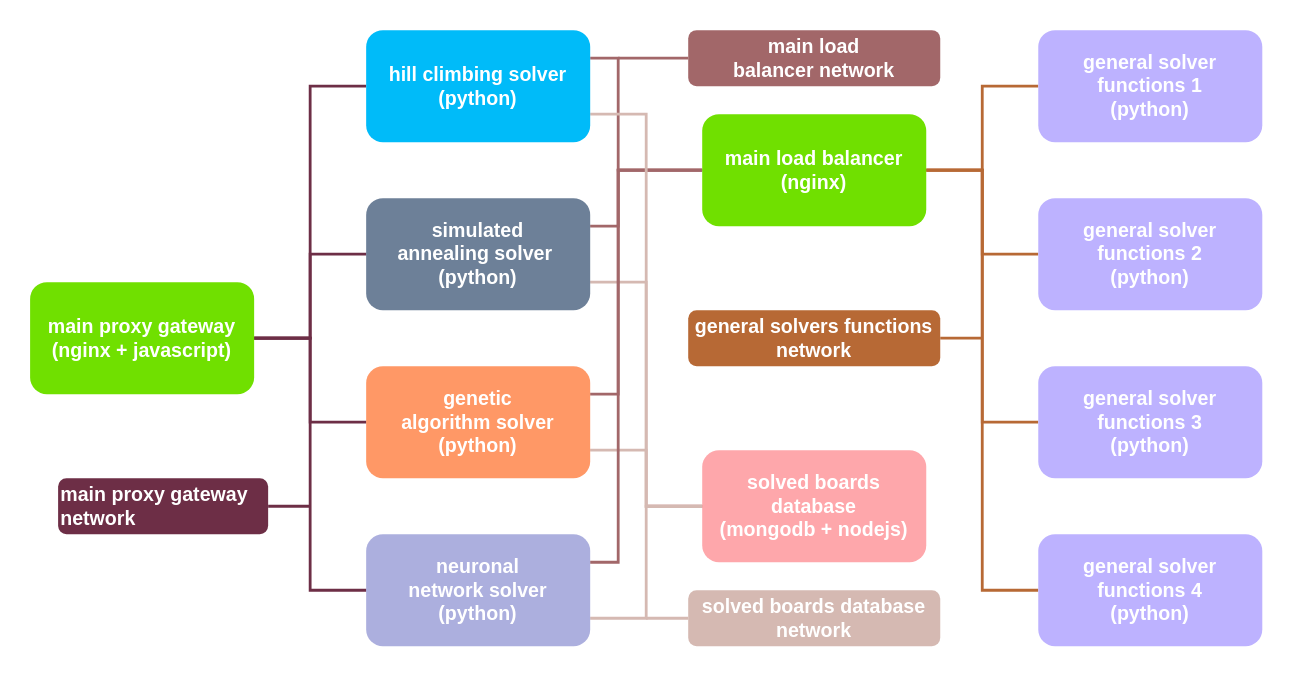
This is images/sudoku_solver.svg from joseesco24/sudoku_solver, a draw.io export, as it was before one commit. Source tidied: cells renumbered, new cells last; positions are measured from the earlier drawing's top-left corner, leaving out a move shared by most shapes.
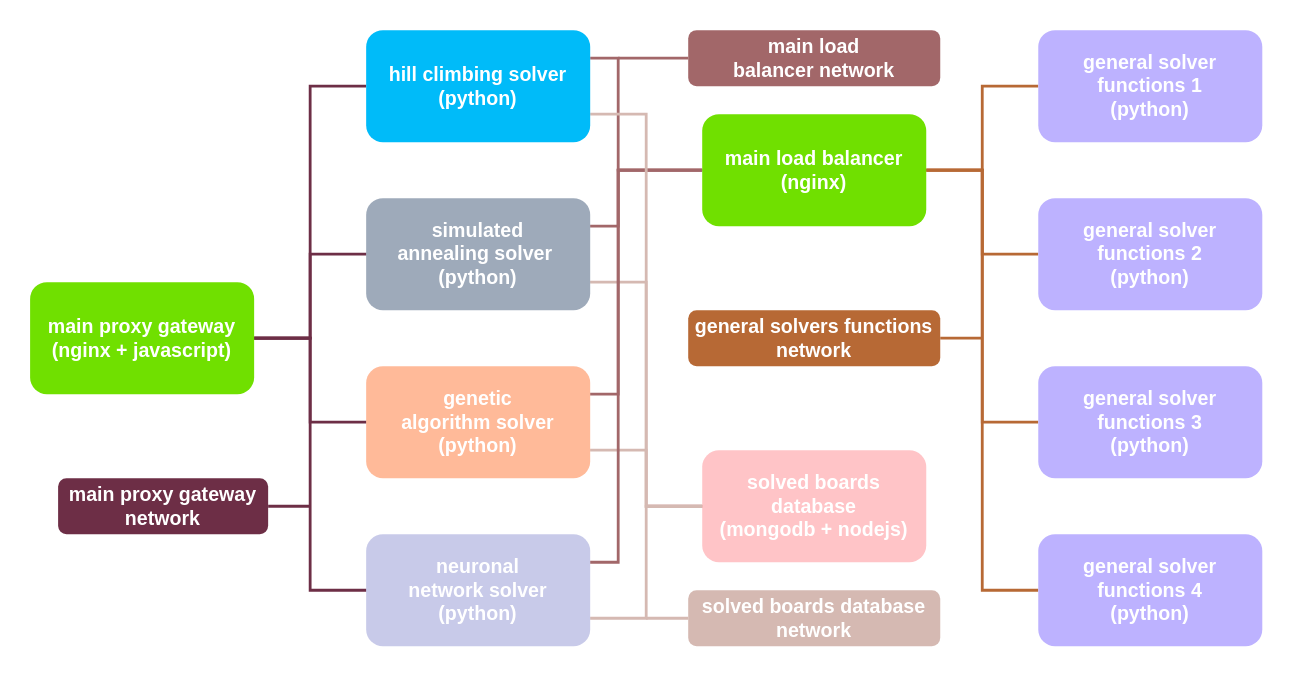
Above is the later version.

Commit message:
se hicieron correcciones menores en los esquemas

Change to the diagram source:
```diff
@@ -28,7 +28,7 @@
     <mxCell id="8" style="edgeStyle=orthogonalEdgeStyle;rounded=0;jettySize=auto;html=1;exitX=1;exitY=0.75;exitDx=0;exitDy=0;endArrow=none;endFill=0;strokeWidth=2;entryX=0;entryY=0.5;entryDx=0;entryDy=0;strokeColor=#d5b9b2;" parent="1" edge="1" source="9" target="24">
       <mxGeometry relative="1" as="geometry" />
     </mxCell>
-    <mxCell id="9" value="&lt;b&gt;&lt;font color=&quot;#ffffff&quot;&gt;&lt;span style=&quot;font-size: 14px&quot;&gt;simulated annealing&amp;nbsp;solver&amp;nbsp;&lt;br&gt;&lt;/span&gt;&lt;/font&gt;&lt;span style=&quot;color: rgb(255 , 255 , 255) ; font-size: 14px&quot;&gt;(python)&lt;/span&gt;&lt;/b&gt;" style="rounded=1;whiteSpace=wrap;html=1;strokeWidth=2;fillColor=#0d2c54;opacity=60;strokeColor=none;" parent="1" vertex="1">
+    <mxCell id="9" value="&lt;b&gt;&lt;font color=&quot;#ffffff&quot;&gt;&lt;span style=&quot;font-size: 14px&quot;&gt;simulated annealing&amp;nbsp;solver&amp;nbsp;&lt;br&gt;&lt;/span&gt;&lt;/font&gt;&lt;span style=&quot;color: rgb(255 , 255 , 255) ; font-size: 14px&quot;&gt;(python)&lt;/span&gt;&lt;/b&gt;" style="rounded=1;whiteSpace=wrap;html=1;strokeWidth=2;fillColor=#0d2c54;opacity=40;strokeColor=none;" parent="1" vertex="1">
       <mxGeometry x="240" y="120" width="160" height="80" as="geometry" />
     </mxCell>
     <mxCell id="10" style="edgeStyle=orthogonalEdgeStyle;rounded=0;jettySize=auto;html=1;exitX=1;exitY=0.25;exitDx=0;exitDy=0;entryX=0;entryY=0.5;entryDx=0;entryDy=0;endArrow=none;endFill=0;strokeWidth=2;strokeColor=#a26769;" parent="1" edge="1" source="12" target="23">
@@ -42,7 +42,7 @@
     <mxCell id="11" style="edgeStyle=orthogonalEdgeStyle;rounded=0;jettySize=auto;html=1;exitX=1;exitY=0.75;exitDx=0;exitDy=0;entryX=0;entryY=0.5;entryDx=0;entryDy=0;endArrow=none;endFill=0;strokeWidth=2;strokeColor=#d5b9b2;" parent="1" edge="1" source="12" target="24">
       <mxGeometry relative="1" as="geometry" />
     </mxCell>
-    <mxCell id="12" value="&lt;font color=&quot;#ffffff&quot;&gt;&lt;span style=&quot;font-size: 14px&quot;&gt;&lt;b&gt;genetic algorithm&amp;nbsp;solver (python)&lt;/b&gt;&lt;/span&gt;&lt;/font&gt;" style="rounded=1;whiteSpace=wrap;html=1;strokeWidth=2;strokeColor=none;fillColor=#ff5400;opacity=60;" parent="1" vertex="1">
+    <mxCell id="12" value="&lt;font color=&quot;#ffffff&quot;&gt;&lt;span style=&quot;font-size: 14px&quot;&gt;&lt;b&gt;genetic algorithm&amp;nbsp;solver (python)&lt;/b&gt;&lt;/span&gt;&lt;/font&gt;" style="rounded=1;whiteSpace=wrap;html=1;strokeWidth=2;strokeColor=none;fillColor=#ff5400;opacity=40;" parent="1" vertex="1">
       <mxGeometry x="240" y="240" width="160" height="80" as="geometry" />
     </mxCell>
     <mxCell id="13" style="edgeStyle=orthogonalEdgeStyle;rounded=0;jettySize=auto;html=1;exitX=1;exitY=0.25;exitDx=0;exitDy=0;entryX=0;entryY=0.5;entryDx=0;entryDy=0;endArrow=none;endFill=0;strokeWidth=2;strokeColor=#a26769;" parent="1" edge="1" source="15" target="23">
@@ -56,7 +56,7 @@
     <mxCell id="14" style="edgeStyle=orthogonalEdgeStyle;rounded=0;jettySize=auto;html=1;exitX=1;exitY=0.75;exitDx=0;exitDy=0;entryX=0;entryY=0.5;entryDx=0;entryDy=0;endArrow=none;endFill=0;strokeWidth=2;strokeColor=#d5b9b2;" parent="1" edge="1" source="15" target="24">
       <mxGeometry relative="1" as="geometry" />
     </mxCell>
-    <mxCell id="15" value="&lt;font color=&quot;#ffffff&quot;&gt;&lt;span style=&quot;font-size: 14px&quot;&gt;&lt;b&gt;neuronal network&amp;nbsp;solver (python)&lt;/b&gt;&lt;/span&gt;&lt;/font&gt;" style="rounded=1;whiteSpace=wrap;html=1;strokeWidth=2;strokeColor=none;fillColor=#757bc8;opacity=60;" parent="1" vertex="1">
+    <mxCell id="15" value="&lt;font color=&quot;#ffffff&quot;&gt;&lt;span style=&quot;font-size: 14px&quot;&gt;&lt;b&gt;neuronal network&amp;nbsp;solver (python)&lt;/b&gt;&lt;/span&gt;&lt;/font&gt;" style="rounded=1;whiteSpace=wrap;html=1;strokeWidth=2;strokeColor=none;fillColor=#757bc8;opacity=40;" parent="1" vertex="1">
       <mxGeometry x="240" y="360" width="160" height="80" as="geometry" />
     </mxCell>
     <mxCell id="16" style="edgeStyle=orthogonalEdgeStyle;rounded=0;jettySize=auto;html=1;exitX=1;exitY=0.25;exitDx=0;exitDy=0;entryX=0;entryY=0.5;entryDx=0;entryDy=0;endArrow=none;endFill=0;strokeWidth=2;strokeColor=#a26769;" parent="1" edge="1" source="18" target="23">
@@ -88,7 +88,7 @@
     <mxCell id="23" value="&lt;font style=&quot;font-size: 14px&quot; color=&quot;#ffffff&quot;&gt;&lt;b&gt;main load balancer&lt;br&gt;(nginx)&lt;br&gt;&lt;/b&gt;&lt;/font&gt;" style="rounded=1;whiteSpace=wrap;html=1;strokeWidth=2;strokeColor=none;fillColor=#70e000;" parent="1" vertex="1">
       <mxGeometry x="480" y="60" width="160" height="80" as="geometry" />
     </mxCell>
-    <mxCell id="24" value="&lt;font color=&quot;#ffffff&quot;&gt;&lt;span style=&quot;font-size: 14px&quot;&gt;&lt;b&gt;solved boards database &lt;br&gt;(mongodb + nodejs)&lt;/b&gt;&lt;/span&gt;&lt;/font&gt;" style="rounded=1;whiteSpace=wrap;html=1;strokeWidth=2;strokeColor=none;glass=0;shadow=0;sketch=0;fillColor=#fe6d73;opacity=60;" parent="1" vertex="1">
+    <mxCell id="24" value="&lt;font color=&quot;#ffffff&quot;&gt;&lt;span style=&quot;font-size: 14px&quot;&gt;&lt;b&gt;solved boards database &lt;br&gt;(mongodb + nodejs)&lt;/b&gt;&lt;/span&gt;&lt;/font&gt;" style="rounded=1;whiteSpace=wrap;html=1;strokeWidth=2;strokeColor=none;glass=0;shadow=0;sketch=0;fillColor=#fe6d73;opacity=40;" parent="1" vertex="1">
       <mxGeometry x="480" y="300" width="160" height="80" as="geometry" />
     </mxCell>
     <mxCell id="25" value="&lt;b style=&quot;font-size: 14px&quot;&gt;&lt;font color=&quot;#ffffff&quot; style=&quot;font-size: 14px&quot;&gt;general solver functions 1&lt;br&gt;(python)&lt;/font&gt;&lt;/b&gt;" style="rounded=1;whiteSpace=wrap;html=1;strokeWidth=2;strokeColor=none;fillColor=#bdb2ff;" parent="1" vertex="1">
@@ -108,7 +108,7 @@
         <mxPoint x="200" y="340" as="targetPoint" />
       </mxGeometry>
     </mxCell>
-    <mxCell id="30" value="&lt;b&gt;&lt;font style=&quot;font-size: 14px&quot;&gt;main proxy gateway network&lt;/font&gt;&lt;/b&gt;" style="text;html=1;strokeColor=none;align=left;verticalAlign=middle;whiteSpace=wrap;rounded=1;shadow=0;glass=0;sketch=0;fontColor=#FFFFFF;fillColor=#6D2E46;" parent="1" vertex="1">
+    <mxCell id="30" value="&lt;b&gt;&lt;font style=&quot;font-size: 14px&quot;&gt;main proxy gateway network&lt;/font&gt;&lt;/b&gt;" style="text;html=1;strokeColor=none;align=center;verticalAlign=middle;whiteSpace=wrap;rounded=1;shadow=0;glass=0;sketch=0;fontColor=#FFFFFF;fillColor=#6D2E46;" parent="1" vertex="1">
       <mxGeometry x="20" y="320" width="150" height="40" as="geometry" />
     </mxCell>
     <mxCell id="31" style="edgeStyle=orthogonalEdgeStyle;rounded=0;jettySize=auto;html=1;exitX=0;exitY=0.5;exitDx=0;exitDy=0;fontColor=#FFFFFF;endArrow=none;endFill=0;strokeWidth=2;strokeColor=#D5B9B2;" parent="1" edge="1" source="32">
```
